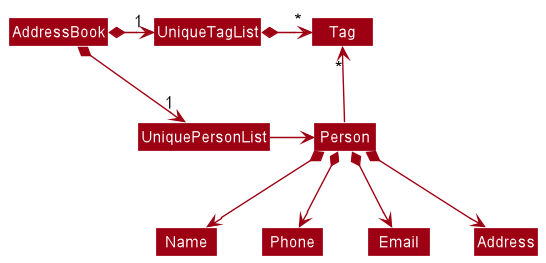
Earlier version of the PlantUML export docs/images/BetterModelClassDiagram.png (nus-cs2103-AY2223S1/tp).
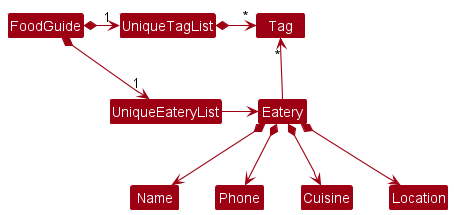
Above is the later version.

Change to the diagram source:
```diff
@@ -4,18 +4,18 @@
 skinparam arrowColor MODEL_COLOR
 skinparam classBackgroundColor MODEL_COLOR
 
-AddressBook *-right-> "1" UniquePersonList
-AddressBook *-right-> "1" UniqueTagList
-UniqueTagList -[hidden]down- UniquePersonList
-UniqueTagList -[hidden]down- UniquePersonList
+FoodGuide *-right-> "1" UniqueEateryList
+FoodGuide *-right-> "1" UniqueTagList
+UniqueTagList -[hidden]down- UniqueEateryList
+UniqueTagList -[hidden]down- UniqueEateryList
 
 UniqueTagList *-right-> "*" Tag
-UniquePersonList -right-> Person
+UniqueEateryList -right-> Eatery
 
-Person -up-> "*" Tag
+Eatery -up-> "*" Tag
 
-Person *--> Name
-Person *--> Phone
-Person *--> Email
-Person *--> Address
+Eatery *--> Name
+Eatery *--> Phone
+Eatery *--> Cuisine
+Eatery *--> Location
 @enduml
```
